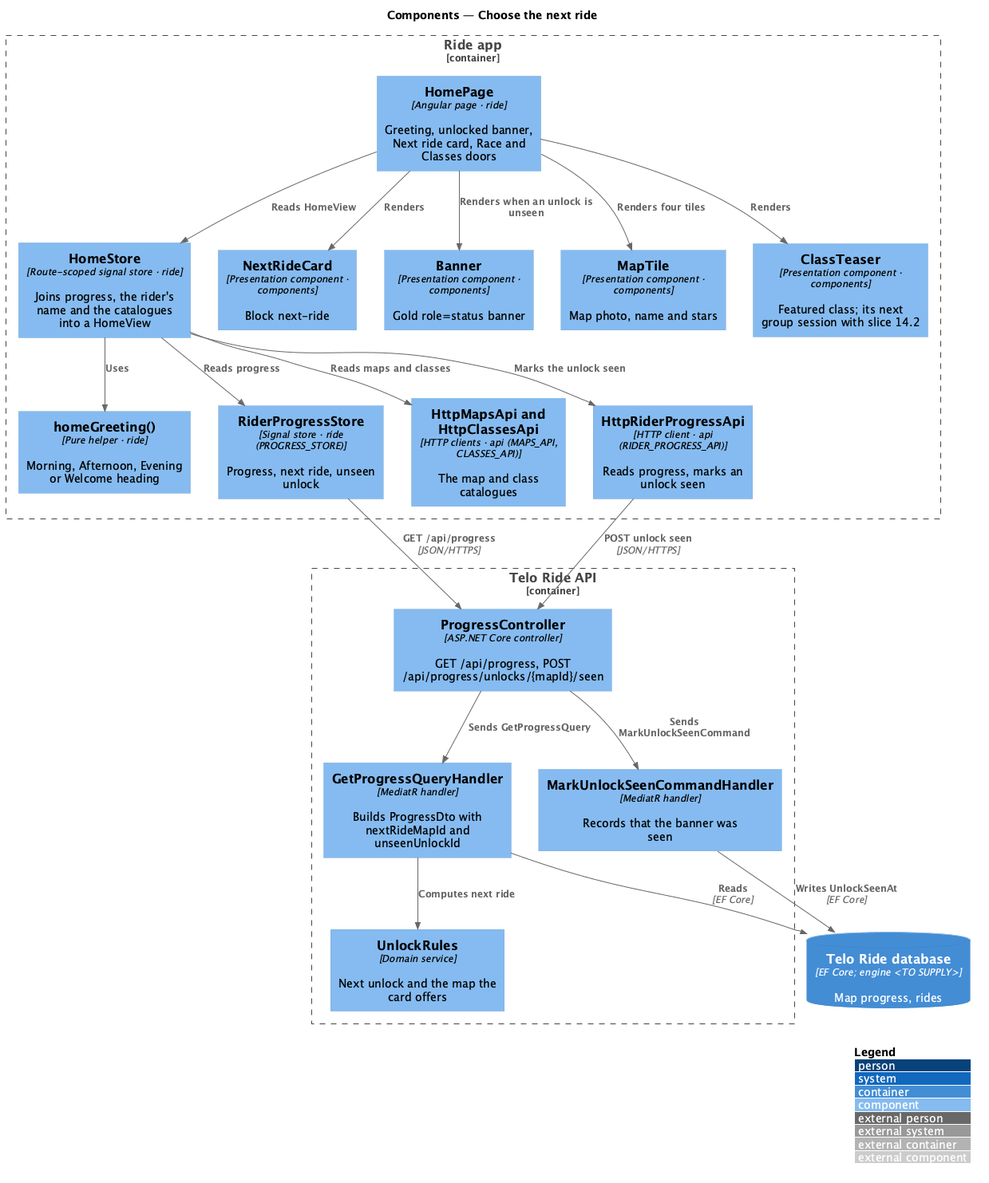
This is docs/detailed-designs/home/choose-the-next-ride/diagrams/c4-component.png from QuinntyneBrown/ride-one, a PlantUML export, as it was before one commit.
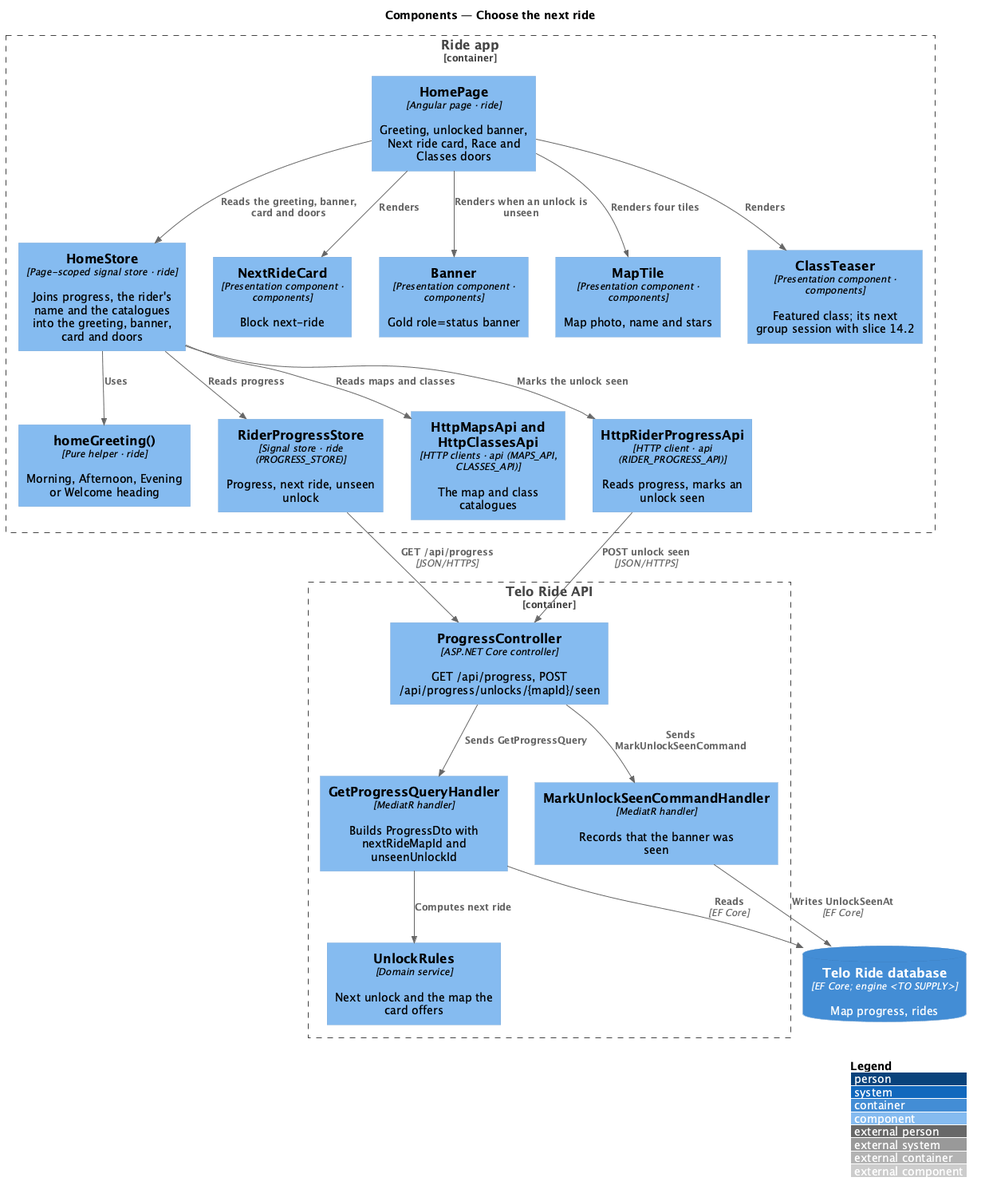
The same diagram one commit later.

Commit message:
Bring the next-ride design in line with what was built (slice 13.2)

Diff of the diagram source:
```diff
@@ -5,7 +5,7 @@
 
 Container_Boundary(app, "Ride app") {
   Component(page, "HomePage", "Angular page · ride", "Greeting, unlocked banner, Next ride card, Race and Classes doors")
-  Component(store, "HomeStore", "Route-scoped signal store · ride", "Joins progress, the rider's name and the catalogues into a HomeView")
+  Component(store, "HomeStore", "Page-scoped signal store · ride", "Joins progress, the rider's name and the catalogues into the greeting, banner, card and doors")
   Component(greet, "homeGreeting()", "Pure helper · ride", "Morning, Afternoon, Evening or Welcome heading")
   Component(prog, "RiderProgressStore", "Signal store · ride (PROGRESS_STORE)", "Progress, next ride, unseen unlock")
   Component(cat, "HttpMapsApi and HttpClassesApi", "HTTP clients · api (MAPS_API, CLASSES_API)", "The map and class catalogues")
@@ -23,7 +23,7 @@
 }
 ContainerDb(db, "Telo Ride database", "EF Core; engine <TO SUPPLY>", "Map progress, rides")
 
-Rel(page, store, "Reads HomeView")
+Rel(page, store, "Reads the greeting, banner, card and doors")
 Rel(store, greet, "Uses")
 Rel(store, prog, "Reads progress")
 Rel(store, cat, "Reads maps and classes")
```
